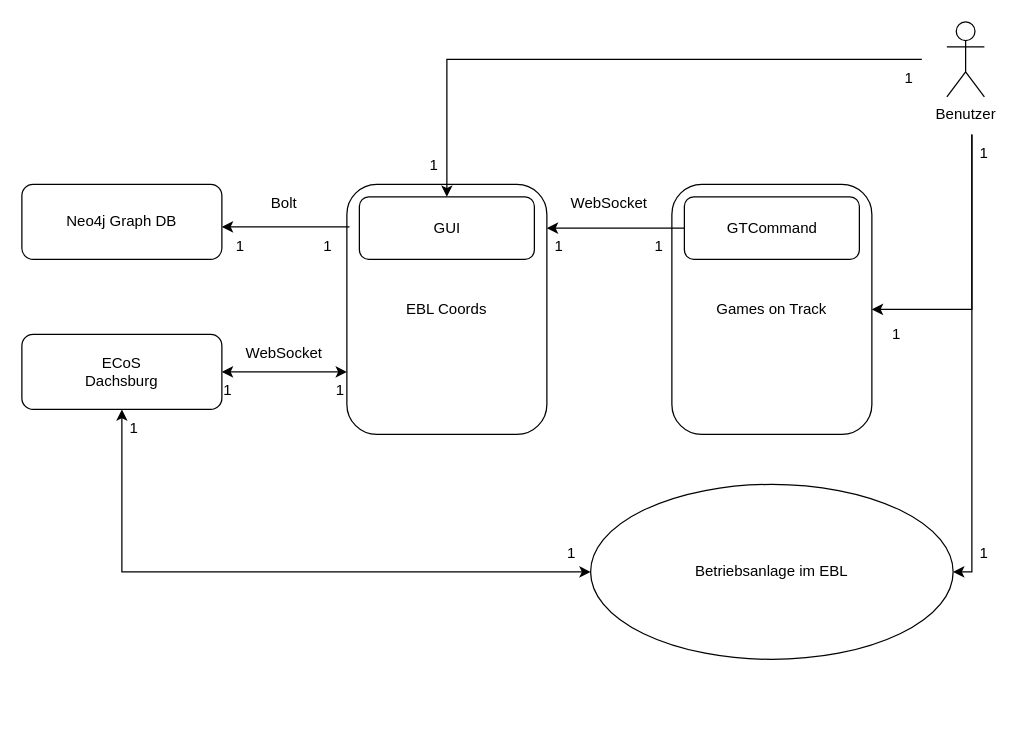
Above: structural/structure_ebl_coords.drawio in pascalreiss/draw_io_stuff (draw.io), before the change. Source tidied: cells renumbered, new cells numbered last; positions are measured from the earlier drawing's top-left corner, leaving out a move shared by most shapes. Both pictures are drawn from the tidied source at 125%, with x=0, y=0 at pixel (21, 21).
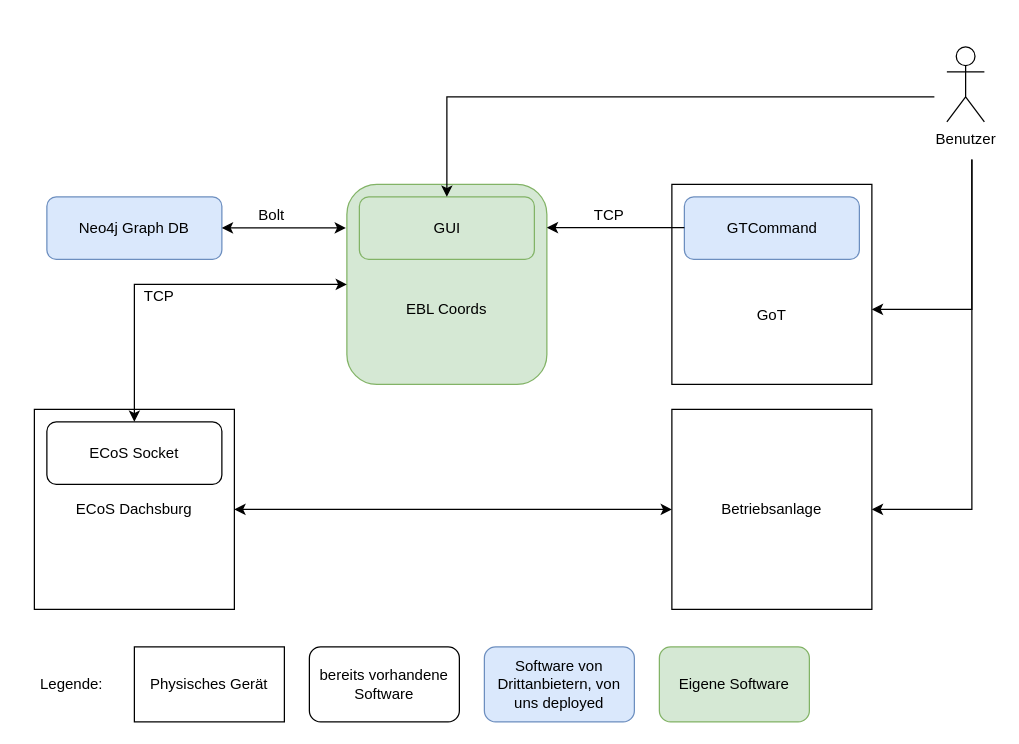
Above is the later version.

The change refers to these unchanged cells:
```xml
<mxCell id="9" style="group;" parent="1" vertex="1">
  <mxGeometry x="270" y="140" width="140" height="50" as="geometry" />
</mxCell>
<mxCell id="25" style="group;" parent="1" vertex="1">
  <mxGeometry x="530" y="140" width="140" height="50" as="geometry" />
</mxCell>
```

The edit, as a diff of the source:
```diff
@@
+    <mxCell id="5" value="ECoS Dachsburg" style="rounded=0;whiteSpace=wrap;html=1;" parent="1" vertex="1">
+      <mxGeometry x="10" y="310" width="160" height="160" as="geometry" />
+    </mxCell>
+    <mxCell id="41" value="ECoS Socket" style="rounded=1;whiteSpace=wrap;html=1;" parent="1" vertex="1">
+      <mxGeometry x="20" y="320" width="140" height="50" as="geometry" />
+    </mxCell>
+    <mxCell id="42" style="rounded=0;whiteSpace=wrap;html=1;" parent="1" vertex="1">
+      <mxGeometry x="520" y="130" width="160" height="160" as="geometry" />
+    </mxCell>
-    <mxCell id="2" style="rounded=1;whiteSpace=wrap;html=1;" parent="1" vertex="1">
-      <mxGeometry x="260" y="130" width="160" height="200" as="geometry" />
+    <mxCell id="2" style="rounded=1;whiteSpace=wrap;html=1;fillColor=#d5e8d4;strokeColor=#82b366;" parent="1" vertex="1">
+      <mxGeometry x="260" y="130" width="160" height="160" as="geometry" />
     </mxCell>
-    <mxCell id="3" style="group;" parent="1" vertex="1">
-      <mxGeometry y="250" width="160" height="60" as="geometry" />
-    </mxCell>
-    <mxCell id="4" style="rounded=1;whiteSpace=wrap;html=1;" parent="3" vertex="1">
-      <mxGeometry width="160" height="60" as="geometry" />
-    </mxCell>
-    <mxCell id="5" value="ECoS Dachsburg" style="text;html=1;strokeColor=none;fillColor=none;align=center;verticalAlign=middle;whiteSpace=wrap;rounded=0;" parent="3" vertex="1">
-      <mxGeometry x="40" y="25.5" width="80" height="9" as="geometry" />
-    </mxCell>
     <mxCell id="6" value="Bolt" style="text;html=1;strokeColor=none;fillColor=none;align=center;verticalAlign=middle;whiteSpace=wrap;rounded=0;" parent="1" vertex="1">
-      <mxGeometry x="180" y="130" width="60" height="30" as="geometry" />
+      <mxGeometry x="170" y="140" width="60" height="30" as="geometry" />
     </mxCell>
-    <mxCell id="7" value="WebSocket" style="text;html=1;strokeColor=none;fillColor=none;align=center;verticalAlign=middle;whiteSpace=wrap;rounded=0;" parent="1" vertex="1">
-      <mxGeometry x="440" y="130" width="60" height="30" as="geometry" />
+    <mxCell id="7" value="TCP" style="text;html=1;strokeColor=none;fillColor=none;align=center;verticalAlign=middle;whiteSpace=wrap;rounded=0;" parent="1" vertex="1">
+      <mxGeometry x="440" y="140" width="60" height="30" as="geometry" />
     </mxCell>
-    <mxCell id="8" value="WebSocket" style="text;html=1;strokeColor=none;fillColor=none;align=center;verticalAlign=middle;whiteSpace=wrap;rounded=0;" parent="1" vertex="1">
-      <mxGeometry x="180" y="250" width="60" height="30" as="geometry" />
+    <mxCell id="8" value="TCP" style="text;html=1;strokeColor=none;fillColor=none;align=center;verticalAlign=middle;whiteSpace=wrap;rounded=0;" parent="1" vertex="1">
+      <mxGeometry x="80" y="204.6" width="60" height="30" as="geometry" />
     </mxCell>
@@
-    <mxCell id="10" style="rounded=1;whiteSpace=wrap;html=1;" parent="9" vertex="1">
+    <mxCell id="10" style="rounded=1;whiteSpace=wrap;html=1;fillColor=#d5e8d4;strokeColor=#82b366;" parent="9" vertex="1">
       <mxGeometry width="140" height="50" as="geometry" />
     </mxCell>
@@
-    <mxCell id="12" style="rounded=1;whiteSpace=wrap;html=1;" parent="1" vertex="1">
-      <mxGeometry y="130" width="160" height="60" as="geometry" />
+    <mxCell id="12" style="rounded=1;whiteSpace=wrap;html=1;fillColor=#dae8fc;strokeColor=#6c8ebf;" parent="1" vertex="1">
+      <mxGeometry x="20" y="140" width="140" height="50" as="geometry" />
     </mxCell>
     <mxCell id="13" value="Neo4j Graph DB" style="text;html=1;strokeColor=none;fillColor=none;align=center;verticalAlign=middle;whiteSpace=wrap;rounded=0;" parent="1" vertex="1">
-      <mxGeometry x="30" y="155.5" width="100" height="9" as="geometry" />
+      <mxGeometry x="40" y="160.5" width="100" height="9" as="geometry" />
     </mxCell>
@@
-    <mxCell id="15" style="endArrow=classic;startArrow=classic;html=1;rounded=0;entryX=0;entryY=0.75;entryDx=0;entryDy=0;" parent="1" edge="1" source="4" target="2">
-      <mxGeometry relative="1" as="geometry" />
-    </mxCell>
-    <mxCell id="16" value="1" style="text;html=1;align=center;verticalAlign=middle;whiteSpace=wrap;rounded=0;" parent="1" vertex="1">
-      <mxGeometry x="420" y="164.5" width="20" height="30" as="geometry" />
-    </mxCell>
-    <mxCell id="17" value="1" style="text;html=1;align=center;verticalAlign=middle;whiteSpace=wrap;rounded=0;" parent="1" vertex="1">
-      <mxGeometry x="500" y="164.5" width="20" height="30" as="geometry" />
-    </mxCell>
-    <mxCell id="18" value="1" style="text;html=1;align=center;verticalAlign=middle;whiteSpace=wrap;rounded=0;" parent="1" vertex="1">
-      <mxGeometry x="240" y="280" width="30" height="30" as="geometry" />
-    </mxCell>
-    <mxCell id="19" value="1" style="text;html=1;align=center;verticalAlign=middle;whiteSpace=wrap;rounded=0;" parent="1" vertex="1">
-      <mxGeometry x="150" y="280" width="30" height="30" as="geometry" />
-    </mxCell>
-    <mxCell id="20" value="Betriebsanlage im EBL" style="ellipse;whiteSpace=wrap;html=1;" parent="1" vertex="1">
-      <mxGeometry x="455" y="370" width="290" height="140" as="geometry" />
-    </mxCell>
-    <mxCell id="21" style="endArrow=classic;startArrow=classic;html=1;rounded=0;exitX=0.5;exitY=1;exitDx=0;exitDy=0;entryX=0;entryY=0.5;entryDx=0;entryDy=0;" parent="1" edge="1" source="4" target="20">
-      <mxGeometry relative="1" as="geometry">
-        <Array as="points">
-          <mxPoint x="80" y="440" />
-        </Array>
-      </mxGeometry>
-    </mxCell>
-    <mxCell id="22" value="1" style="text;html=1;align=center;verticalAlign=middle;whiteSpace=wrap;rounded=0;" parent="1" vertex="1">
-      <mxGeometry x="410" y="410" width="60" height="30" as="geometry" />
-    </mxCell>
-    <mxCell id="23" value="Games on Track" style="rounded=1;whiteSpace=wrap;html=1;" parent="1" vertex="1">
-      <mxGeometry x="520" y="130" width="160" height="200" as="geometry" />
-    </mxCell>
-    <mxCell id="24" value="1" style="text;html=1;align=center;verticalAlign=middle;whiteSpace=wrap;rounded=0;" parent="1" vertex="1">
-      <mxGeometry x="60" y="310" width="60" height="30" as="geometry" />
-    </mxCell>
@@
-    <mxCell id="26" style="rounded=1;whiteSpace=wrap;html=1;" parent="25" vertex="1">
+    <mxCell id="26" style="rounded=1;whiteSpace=wrap;html=1;fillColor=#dae8fc;strokeColor=#6c8ebf;" parent="25" vertex="1">
       <mxGeometry width="140" height="50" as="geometry" />
     </mxCell>
@@
-    <mxCell id="28" style="endArrow=classic;html=1;rounded=0;exitX=0;exitY=0.5;exitDx=0;exitDy=0;" parent="1" edge="1" source="26">
+    <mxCell id="28" style="endArrow=classic;html=1;rounded=0;exitX=0;exitY=0.5;exitDx=0;exitDy=0;" parent="1" edge="1">
       <mxGeometry relative="1" as="geometry">
-        <mxPoint x="420" y="165" as="targetPoint" />
+        <mxPoint x="530" y="164.6" as="sourcePoint" />
+        <mxPoint x="420" y="164.6" as="targetPoint" />
       </mxGeometry>
     </mxCell>
     <mxCell id="29" value="Benutzer" style="shape=umlActor;verticalLabelPosition=bottom;verticalAlign=top;html=1;" parent="1" vertex="1">
-      <mxGeometry x="740" width="30" height="60" as="geometry" />
+      <mxGeometry x="740" y="20" width="30" height="60" as="geometry" />
     </mxCell>
     <mxCell id="30" style="endArrow=classic;html=1;rounded=0;" parent="1" edge="1" target="10">
       <mxGeometry relative="1" as="geometry">
-        <mxPoint x="720" y="30" as="sourcePoint" />
+        <mxPoint x="730" y="60" as="sourcePoint" />
         <Array as="points">
-          <mxPoint x="340" y="30" />
+          <mxPoint x="340" y="60" />
         </Array>
       </mxGeometry>
     </mxCell>
-    <mxCell id="31" style="endArrow=classic;html=1;rounded=0;" parent="1" edge="1" target="23">
+    <mxCell id="31" style="endArrow=classic;html=1;rounded=0;" parent="1" edge="1">
       <mxGeometry relative="1" as="geometry">
-        <mxPoint x="760" y="90" as="sourcePoint" />
+        <mxPoint x="760" y="110" as="sourcePoint" />
+        <mxPoint x="680" y="230" as="targetPoint" />
         <Array as="points">
           <mxPoint x="760" y="230" />
         </Array>
       </mxGeometry>
     </mxCell>
-    <mxCell id="32" style="endArrow=classic;html=1;rounded=0;" parent="1" edge="1" target="20">
+    <mxCell id="32" style="endArrow=classic;html=1;rounded=0;entryX=1;entryY=0.5;entryDx=0;entryDy=0;" parent="1" edge="1" target="44">
       <mxGeometry relative="1" as="geometry">
-        <mxPoint x="760" y="90" as="sourcePoint" />
+        <mxPoint x="760" y="110" as="sourcePoint" />
         <Array as="points">
-          <mxPoint x="760" y="440" />
+          <mxPoint x="760" y="390" />
         </Array>
       </mxGeometry>
     </mxCell>
-    <mxCell id="33" value="1" style="text;html=1;align=center;verticalAlign=middle;whiteSpace=wrap;rounded=0;" parent="1" vertex="1">
-      <mxGeometry x="320" y="100" width="20" height="30" as="geometry" />
-    </mxCell>
-    <mxCell id="34" value="1" style="text;html=1;align=center;verticalAlign=middle;whiteSpace=wrap;rounded=0;" parent="1" vertex="1">
-      <mxGeometry x="690" y="234.6" width="20" height="30" as="geometry" />
-    </mxCell>
-    <mxCell id="35" value="1" style="text;html=1;align=center;verticalAlign=middle;whiteSpace=wrap;rounded=0;" parent="1" vertex="1">
-      <mxGeometry x="760" y="410" width="20" height="30" as="geometry" />
-    </mxCell>
-    <mxCell id="36" value="1" style="text;html=1;align=center;verticalAlign=middle;whiteSpace=wrap;rounded=0;" parent="1" vertex="1">
-      <mxGeometry x="760" y="90" width="20" height="30" as="geometry" />
-    </mxCell>
-    <mxCell id="37" value="1" style="text;html=1;align=center;verticalAlign=middle;whiteSpace=wrap;rounded=0;" parent="1" vertex="1">
-      <mxGeometry x="700" y="30" width="20" height="30" as="geometry" />
-    </mxCell>
-    <mxCell id="38" style="endArrow=classic;html=1;rounded=0;exitX=0.013;exitY=0.17;exitDx=0;exitDy=0;exitPerimeter=0;" parent="1" edge="1" source="2">
-      <mxGeometry relative="1" as="geometry">
-        <mxPoint x="160" y="164" as="targetPoint" />
-      </mxGeometry>
-    </mxCell>
-    <mxCell id="39" value="1" style="text;html=1;align=center;verticalAlign=middle;whiteSpace=wrap;rounded=0;" parent="1" vertex="1">
-      <mxGeometry x="160" y="164.5" width="30" height="30" as="geometry" />
-    </mxCell>
-    <mxCell id="40" value="1" style="text;html=1;align=center;verticalAlign=middle;whiteSpace=wrap;rounded=0;" parent="1" vertex="1">
-      <mxGeometry x="230" y="164.5" width="30" height="30" as="geometry" />
-    </mxCell>
+    <mxCell id="43" value="GoT" style="text;html=1;align=center;verticalAlign=middle;whiteSpace=wrap;rounded=0;" parent="1" vertex="1">
+      <mxGeometry x="570" y="220" width="60" height="30" as="geometry" />
+    </mxCell>
+    <mxCell id="44" value="Betriebsanlage" style="rounded=0;whiteSpace=wrap;html=1;" parent="1" vertex="1">
+      <mxGeometry x="520" y="310" width="160" height="160" as="geometry" />
+    </mxCell>
+    <mxCell id="45" style="endArrow=classic;startArrow=classic;html=1;rounded=0;exitX=1;exitY=0.5;exitDx=0;exitDy=0;" parent="1" edge="1" source="5" target="44">
+      <mxGeometry relative="1" as="geometry" />
+    </mxCell>
+    <mxCell id="46" style="endArrow=classic;startArrow=classic;html=1;rounded=0;entryX=0;entryY=0.5;entryDx=0;entryDy=0;exitX=0.5;exitY=0;exitDx=0;exitDy=0;" parent="1" edge="1" source="41" target="2">
+      <mxGeometry relative="1" as="geometry">
+        <Array as="points">
+          <mxPoint x="90" y="210" />
+        </Array>
+      </mxGeometry>
+    </mxCell>
+    <mxCell id="47" style="endArrow=classic;startArrow=classic;html=1;rounded=0;entryX=-0.005;entryY=0.25;entryDx=0;entryDy=0;entryPerimeter=0;" parent="1" edge="1">
+      <mxGeometry relative="1" as="geometry">
+        <mxPoint x="160" y="164.8" as="sourcePoint" />
+        <mxPoint x="259.2" y="164.8" as="targetPoint" />
+      </mxGeometry>
+    </mxCell>
+    <mxCell id="48" value="Physisches Gerät" style="rounded=0;whiteSpace=wrap;html=1;" parent="1" vertex="1">
+      <mxGeometry x="90" y="500" width="120" height="60" as="geometry" />
+    </mxCell>
+    <mxCell id="49" value="Legende:" style="text;html=1;align=center;verticalAlign=middle;whiteSpace=wrap;rounded=0;" parent="1" vertex="1">
+      <mxGeometry x="10" y="515" width="60" height="30" as="geometry" />
+    </mxCell>
+    <mxCell id="50" value="Eigene Software" style="rounded=1;whiteSpace=wrap;html=1;fillColor=#d5e8d4;strokeColor=#82b366;" parent="1" vertex="1">
+      <mxGeometry x="510" y="500" width="120" height="60" as="geometry" />
+    </mxCell>
+    <mxCell id="51" value="bereits vorhandene Software" style="rounded=1;whiteSpace=wrap;html=1;" parent="1" vertex="1">
+      <mxGeometry x="230" y="500" width="120" height="60" as="geometry" />
+    </mxCell>
+    <mxCell id="52" value="Software von Drittanbietern, von uns deployed" style="rounded=1;whiteSpace=wrap;html=1;fillColor=#dae8fc;strokeColor=#6c8ebf;" parent="1" vertex="1">
+      <mxGeometry x="370" y="500" width="120" height="60" as="geometry" />
+    </mxCell>
```
